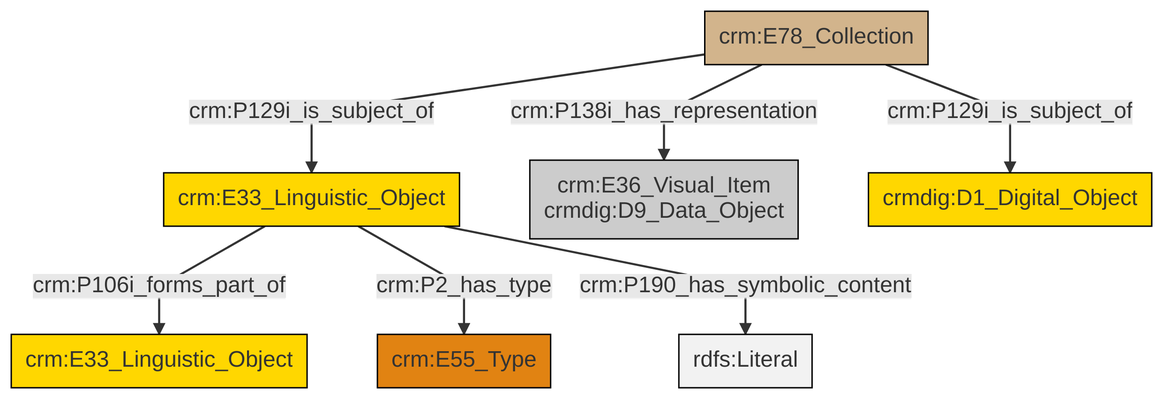
Above: et/archivalCSV/ttl/mmd/png/archival_docs.png in swiss-art-research-net/docs.swissartresearch (Mermaid), before the change. Its source is kept beside it as et/archivalCSV/ttl/mmd/archival_docs.ttl.mmd.
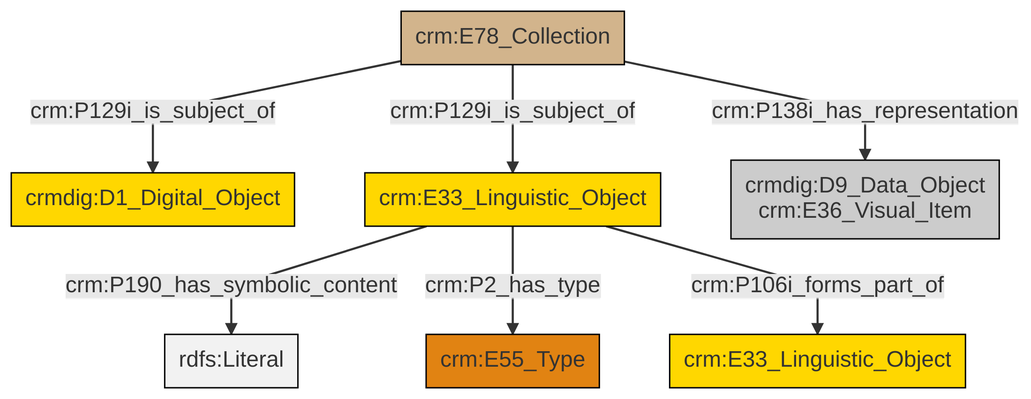
After the commit.

The edit, as a diff of the source:
```diff
@@ -13,9 +13,9 @@
 classDef PC_Classes fill:#4ce600, stroke:#000000;
 classDef Multi fill:#cccccc,stroke:#000000;
 
-0["crm:E33_Linguistic_Object"]:::Conceptual_Object -->|crm:P106i_forms_part_of| 1["crm:E33_Linguistic_Object"]:::Conceptual_Object
-2["crm:E78_Collection"]:::Physical_Thing -->|crm:P138i_has_representation| 3["crm:E36_Visual_Item<br>crmdig:D9_Data_Object"]:::Multi
-2["crm:E78_Collection"]:::Physical_Thing -->|crm:P129i_is_subject_of| 7["crmdig:D1_Digital_Object"]:::Conceptual_Object
-2["crm:E78_Collection"]:::Physical_Thing -->|crm:P129i_is_subject_of| 0["crm:E33_Linguistic_Object"]:::Conceptual_Object
-0["crm:E33_Linguistic_Object"]:::Conceptual_Object -->|crm:P2_has_type| 5["crm:E55_Type"]:::Type
-0["crm:E33_Linguistic_Object"]:::Conceptual_Object -->|crm:P190_has_symbolic_content| 13[rdfs:Literal]:::Literal
+0["crm:E78_Collection"]:::Physical_Thing -->|crm:P129i_is_subject_of| 1["crmdig:D1_Digital_Object"]:::Conceptual_Object
+3["crm:E33_Linguistic_Object"]:::Conceptual_Object -->|crm:P190_has_symbolic_content| 4[rdfs:Literal]:::Literal
+3["crm:E33_Linguistic_Object"]:::Conceptual_Object -->|crm:P2_has_type| 8["crm:E55_Type"]:::Type
+0["crm:E78_Collection"]:::Physical_Thing -->|crm:P129i_is_subject_of| 3["crm:E33_Linguistic_Object"]:::Conceptual_Object
+3["crm:E33_Linguistic_Object"]:::Conceptual_Object -->|crm:P106i_forms_part_of| 9["crm:E33_Linguistic_Object"]:::Conceptual_Object
+0["crm:E78_Collection"]:::Physical_Thing -->|crm:P138i_has_representation| 5["crmdig:D9_Data_Object<br>crm:E36_Visual_Item"]:::Multi
```
